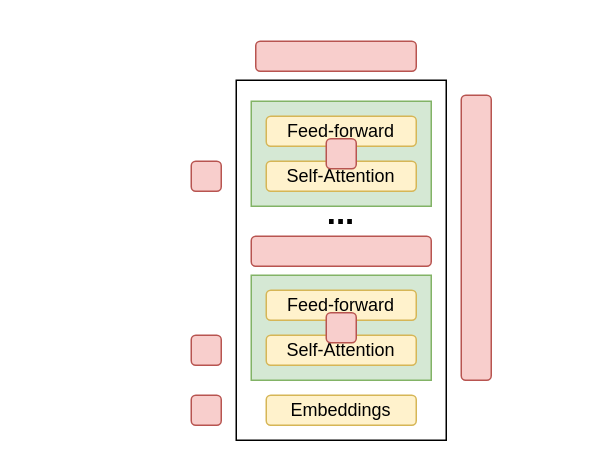
cerisara/draws keeps this draw.io diagram as peft.drawio. Above is the earlier version. Source tidied: cells renumbered, new cells numbered last; positions are measured from the earlier drawing's top-left corner, leaving out a move shared by most shapes. Both pictures are drawn from the tidied source at 150%, with x=0, y=0 at pixel (190, 40).
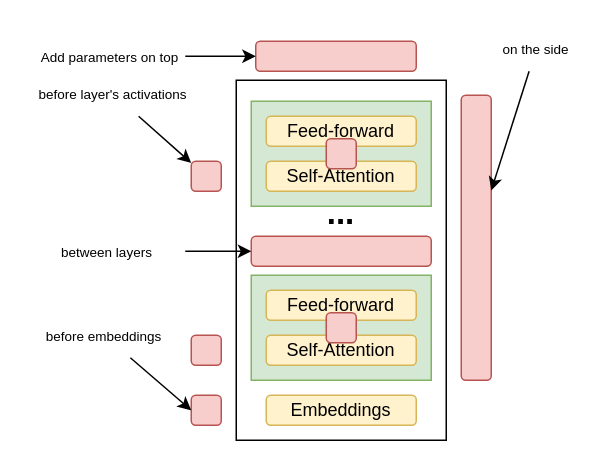
The same page after the edit.

Unchanged cells that the change refers to:
```xml
<mxCell id="12" style="rounded=1;whiteSpace=wrap;html=1;fontSize=22;fillColor=#f8cecc;strokeColor=#b85450;" parent="1" vertex="1">
  <mxGeometry x="43" width="107" height="20" as="geometry" />
</mxCell>
<mxCell id="13" style="rounded=1;whiteSpace=wrap;html=1;fontSize=22;fillColor=#f8cecc;strokeColor=#b85450;" parent="1" vertex="1">
  <mxGeometry x="180" y="36" width="20" height="190" as="geometry" />
</mxCell>
<mxCell id="14" style="rounded=1;whiteSpace=wrap;html=1;fontSize=22;fillColor=#f8cecc;strokeColor=#b85450;" parent="1" vertex="1">
  <mxGeometry y="236" width="20" height="20" as="geometry" />
</mxCell>
<mxCell id="15" style="rounded=1;whiteSpace=wrap;html=1;fontSize=22;fillColor=#f8cecc;strokeColor=#b85450;" parent="1" vertex="1">
  <mxGeometry x="40" y="130" width="120" height="20" as="geometry" />
</mxCell>
<mxCell id="17" style="rounded=1;whiteSpace=wrap;html=1;fontSize=22;fillColor=#f8cecc;strokeColor=#b85450;" parent="1" vertex="1">
  <mxGeometry y="80" width="20" height="20" as="geometry" />
</mxCell>
```

Change to the diagram source:
```diff
@@
+    <mxCell id="19" style="edgeStyle=orthogonalEdgeStyle;rounded=0;jettySize=auto;html=1;fontSize=9;" parent="1" edge="1" source="20" target="12">
+      <mxGeometry relative="1" as="geometry" />
+    </mxCell>
+    <mxCell id="20" value="&lt;font style=&quot;font-size: 9px;&quot;&gt;Add parameters on top&lt;/font&gt;" style="text;html=1;strokeColor=none;fillColor=none;align=center;verticalAlign=middle;whiteSpace=wrap;rounded=0;" parent="1" vertex="1">
+      <mxGeometry x="-104" y="-5" width="100" height="30" as="geometry" />
+    </mxCell>
+    <mxCell id="21" value="&lt;font style=&quot;font-size: 9px;&quot;&gt;before layer's activations&lt;/font&gt;" style="text;html=1;strokeColor=none;fillColor=none;align=center;verticalAlign=middle;whiteSpace=wrap;rounded=0;" parent="1" vertex="1">
+      <mxGeometry x="-104" y="20" width="104" height="30" as="geometry" />
+    </mxCell>
+    <mxCell id="22" style="endArrow=classic;html=1;rounded=0;fontSize=9;" parent="1" edge="1" source="21" target="17">
+      <mxGeometry relative="1" as="geometry" />
+    </mxCell>
+    <mxCell id="23" value="&lt;font style=&quot;font-size: 9px;&quot;&gt;before embeddings&lt;/font&gt;" style="text;html=1;strokeColor=none;fillColor=none;align=center;verticalAlign=middle;whiteSpace=wrap;rounded=0;" parent="1" vertex="1">
+      <mxGeometry x="-110" y="181" width="104" height="30" as="geometry" />
+    </mxCell>
+    <mxCell id="24" style="endArrow=classic;html=1;rounded=0;fontSize=9;entryX=0;entryY=0.5;entryDx=0;entryDy=0;" parent="1" edge="1" source="23" target="14">
+      <mxGeometry relative="1" as="geometry" />
+    </mxCell>
+    <mxCell id="25" style="edgeStyle=orthogonalEdgeStyle;rounded=0;jettySize=auto;html=1;fontSize=9;" parent="1" edge="1" source="26" target="15">
+      <mxGeometry relative="1" as="geometry" />
+    </mxCell>
+    <mxCell id="26" value="&lt;font style=&quot;font-size: 9px;&quot;&gt;between layers&lt;/font&gt;" style="text;html=1;strokeColor=none;fillColor=none;align=center;verticalAlign=middle;whiteSpace=wrap;rounded=0;" parent="1" vertex="1">
+      <mxGeometry x="-108" y="125" width="104" height="30" as="geometry" />
+    </mxCell>
+    <mxCell id="27" value="&lt;font style=&quot;font-size: 9px;&quot;&gt;on the side&lt;/font&gt;" style="text;html=1;strokeColor=none;fillColor=none;align=center;verticalAlign=middle;whiteSpace=wrap;rounded=0;" parent="1" vertex="1">
+      <mxGeometry x="200" y="-10" width="60" height="30" as="geometry" />
+    </mxCell>
+    <mxCell id="28" style="endArrow=classic;html=1;rounded=0;fontSize=9;" parent="1" edge="1" source="27" target="13">
+      <mxGeometry relative="1" as="geometry" />
+    </mxCell>
```
